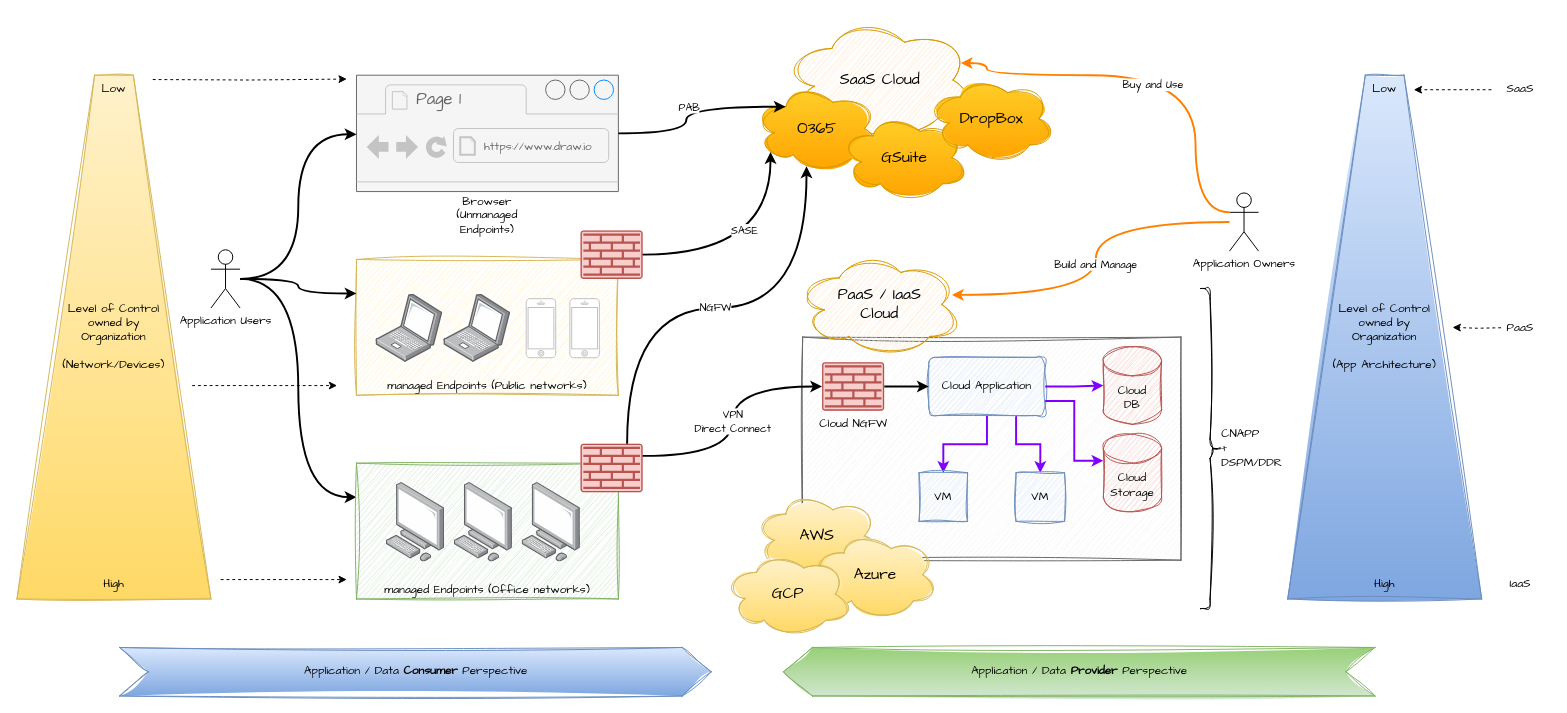
This is page "Page-2" (2 of 2) of Prisma Cloud - DSPM Architecture.drawio from billhoph/whiteboards, a draw.io file, before an edit. Source tidied: cells renumbered, new cells numbered last; positions are measured from the earlier drawing's top-left corner, leaving out a move shared by most shapes. Both pictures are drawn from the tidied source at 97%, with x=0, y=0 at pixel (16, 16).
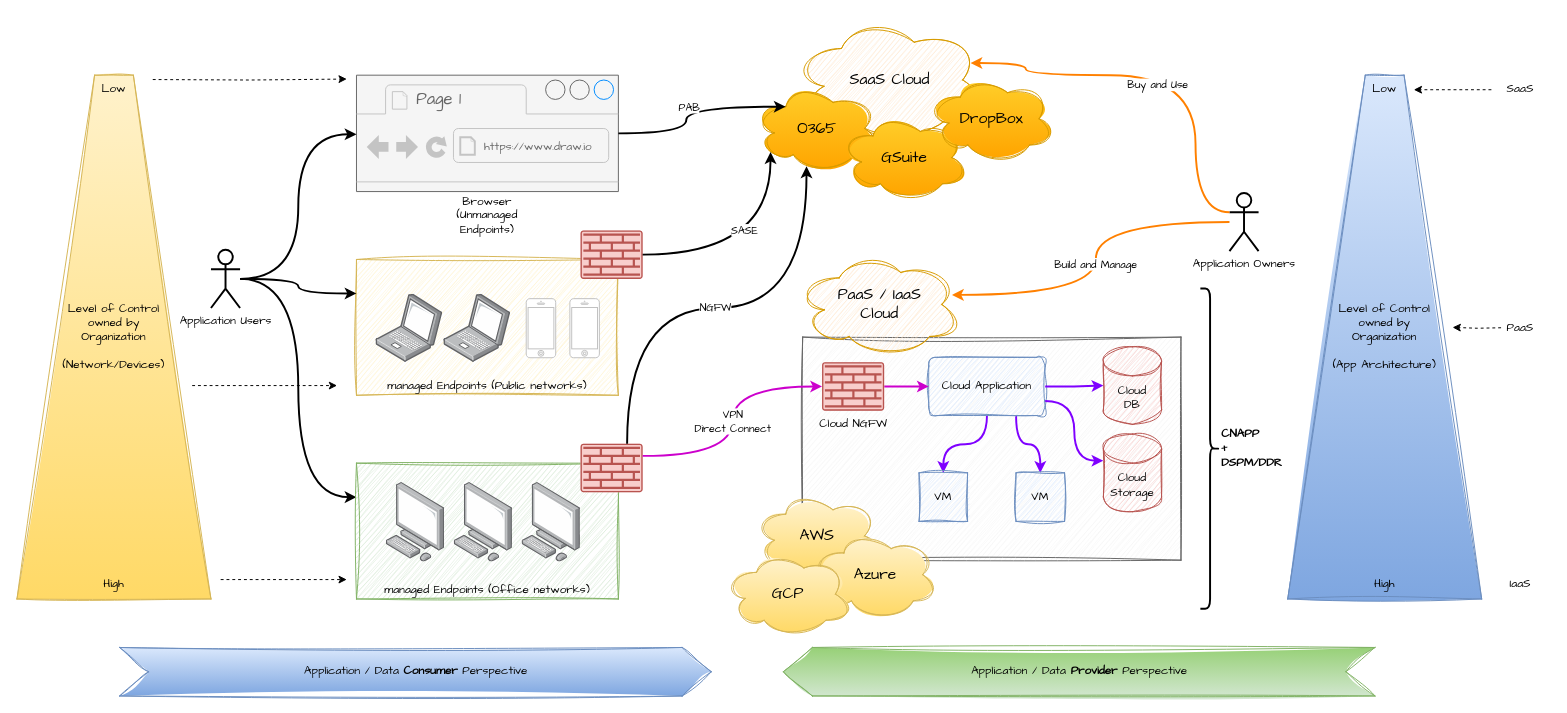
The same page after the edit.

Commit message (it also covers changes not shown here):
new dlp diagram 20250509

Unchanged cells that the change refers to:
```xml
<mxCell id="17" style="sketch=0;points=[[0.015,0.015,0],[0.985,0.015,0],[0.985,0.985,0],[0.015,0.985,0],[0.25,0,0],[0.5,0,0],[0.75,0,0],[1,0.25,0],[1,0.5,0],[1,0.75,0],[0.75,1,0],[0.5,1,0],[0.25,1,0],[0,0.75,0],[0,0.5,0],[0,0.25,0]];verticalLabelPosition=bottom;html=1;verticalAlign=top;align=center;shape=mxgraph.cisco19.rect;prIcon=firewall;fillColor=#f8cecc;strokeColor=#b85450;hachureGap=4;jiggle=2;curveFitting=1;fontFamily=Architects Daughter;" parent="1" vertex="1">
  <mxGeometry x="581" y="440" width="64" height="50" as="geometry" />
</mxCell>
<mxCell id="37" value="Cloud Application" style="rounded=1;whiteSpace=wrap;html=1;sketch=1;hachureGap=4;jiggle=2;curveFitting=1;fontFamily=Architects Daughter;fillColor=#dae8fc;strokeColor=#6c8ebf;" parent="1" vertex="1">
  <mxGeometry x="940" y="350.9" width="120" height="60" as="geometry" />
</mxCell>
<mxCell id="39" value="Cloud NGFW" style="sketch=0;points=[[0.015,0.015,0],[0.985,0.015,0],[0.985,0.985,0],[0.015,0.985,0],[0.25,0,0],[0.5,0,0],[0.75,0,0],[1,0.25,0],[1,0.5,0],[1,0.75,0],[0.75,1,0],[0.5,1,0],[0.25,1,0],[0,0.75,0],[0,0.5,0],[0,0.25,0]];verticalLabelPosition=bottom;html=1;verticalAlign=top;align=center;shape=mxgraph.cisco19.rect;prIcon=firewall;fillColor=#f8cecc;strokeColor=#b85450;hachureGap=4;jiggle=2;curveFitting=1;fontFamily=Architects Daughter;" parent="1" vertex="1">
  <mxGeometry x="830" y="355.9" width="64" height="50" as="geometry" />
</mxCell>
<mxCell id="43" value="VM" style="whiteSpace=wrap;html=1;sketch=1;hachureGap=4;jiggle=2;curveFitting=1;fontFamily=Architects Daughter;fillColor=#dae8fc;strokeColor=#6c8ebf;" parent="1" vertex="1">
  <mxGeometry x="930" y="470" width="50" height="50" as="geometry" />
</mxCell>
<mxCell id="44" value="VM" style="whiteSpace=wrap;html=1;sketch=1;hachureGap=4;jiggle=2;curveFitting=1;fontFamily=Architects Daughter;fillColor=#dae8fc;strokeColor=#6c8ebf;" parent="1" vertex="1">
  <mxGeometry x="1030" y="470" width="50" height="50" as="geometry" />
</mxCell>
<mxCell id="45" value="Cloud&lt;div&gt;Storage&lt;/div&gt;" style="shape=cylinder3;whiteSpace=wrap;html=1;boundedLbl=1;backgroundOutline=1;size=15;sketch=1;hachureGap=4;jiggle=2;curveFitting=1;fontFamily=Architects Daughter;fillColor=#f8cecc;strokeColor=#b85450;" parent="1" vertex="1">
  <mxGeometry x="1120" y="430" width="60" height="80" as="geometry" />
</mxCell>
```

What changed in the source:
```diff
@@
     <mxCell id="3" value="SaaS Cloud" style="ellipse;shape=cloud;whiteSpace=wrap;html=1;sketch=1;hachureGap=4;jiggle=2;curveFitting=1;fontFamily=Architects Daughter;fontSize=16;fillColor=#ffe6cc;strokeColor=#d79b00;" parent="1" vertex="1">
-      <mxGeometry x="790" width="200" height="130" as="geometry" />
+      <mxGeometry x="800" width="200" height="130" as="geometry" />
     </mxCell>
@@
-    <mxCell id="9" value="Application Users" style="shape=umlActor;verticalLabelPosition=bottom;verticalAlign=top;html=1;outlineConnect=0;hachureGap=4;fontFamily=Architects Daughter;" parent="1" vertex="1">
+    <mxCell id="9" value="Application Users" style="shape=umlActor;verticalLabelPosition=bottom;verticalAlign=top;html=1;outlineConnect=0;hachureGap=4;fontFamily=Architects Daughter;strokeWidth=2;" parent="1" vertex="1">
       <mxGeometry x="200" y="240" width="30" height="60" as="geometry" />
     </mxCell>
@@
-    <mxCell id="35" style="edgeStyle=orthogonalEdgeStyle;rounded=0;hachureGap=4;jettySize=auto;html=1;entryX=0.5;entryY=0;entryDx=0;entryDy=0;fontFamily=Architects Daughter;flowAnimation=1;strokeWidth=2;strokeColor=#7F00FF;" parent="1" edge="1" source="37" target="43">
+    <mxCell id="35" style="edgeStyle=orthogonalEdgeStyle;rounded=0;hachureGap=4;jettySize=auto;html=1;entryX=0.5;entryY=0;entryDx=0;entryDy=0;fontFamily=Architects Daughter;flowAnimation=1;strokeWidth=2;strokeColor=#7F00FF;curved=1;" parent="1" edge="1" source="37" target="43">
       <mxGeometry relative="1" as="geometry" />
     </mxCell>
-    <mxCell id="36" style="edgeStyle=orthogonalEdgeStyle;rounded=0;hachureGap=4;jettySize=auto;html=1;exitX=0.75;exitY=1;exitDx=0;exitDy=0;entryX=0.5;entryY=0;entryDx=0;entryDy=0;fontFamily=Architects Daughter;flowAnimation=1;strokeWidth=2;strokeColor=#7F00FF;" parent="1" edge="1" source="37" target="44">
+    <mxCell id="36" style="edgeStyle=orthogonalEdgeStyle;rounded=0;hachureGap=4;jettySize=auto;html=1;exitX=0.75;exitY=1;exitDx=0;exitDy=0;entryX=0.5;entryY=0;entryDx=0;entryDy=0;fontFamily=Architects Daughter;flowAnimation=1;strokeWidth=2;strokeColor=#7F00FF;curved=1;" parent="1" edge="1" source="37" target="44">
       <mxGeometry relative="1" as="geometry" />
     </mxCell>
@@
-    <mxCell id="38" style="edgeStyle=orthogonalEdgeStyle;rounded=0;hachureGap=4;jettySize=auto;html=1;exitX=1;exitY=0.5;exitDx=0;exitDy=0;exitPerimeter=0;entryX=0;entryY=0.5;entryDx=0;entryDy=0;fontFamily=Architects Daughter;flowAnimation=1;strokeWidth=2;" parent="1" edge="1" source="39" target="37">
+    <mxCell id="38" style="edgeStyle=orthogonalEdgeStyle;rounded=0;hachureGap=4;jettySize=auto;html=1;exitX=1;exitY=0.5;exitDx=0;exitDy=0;exitPerimeter=0;entryX=0;entryY=0.5;entryDx=0;entryDy=0;fontFamily=Architects Daughter;flowAnimation=1;strokeWidth=2;strokeColor=#CC00CC;" parent="1" edge="1" source="39" target="37">
       <mxGeometry relative="1" as="geometry" />
     </mxCell>
@@
-    <mxCell id="41" value="VPN&lt;div&gt;Direct Connect&lt;/div&gt;" style="edgeStyle=orthogonalEdgeStyle;rounded=0;hachureGap=4;jettySize=auto;html=1;exitX=1;exitY=0.25;exitDx=0;exitDy=0;exitPerimeter=0;entryX=0;entryY=0.5;entryDx=0;entryDy=0;entryPerimeter=0;fontFamily=Architects Daughter;curved=1;flowAnimation=1;strokeWidth=2;" parent="1" edge="1" source="17" target="39">
+    <mxCell id="41" value="VPN&lt;div&gt;Direct Connect&lt;/div&gt;" style="edgeStyle=orthogonalEdgeStyle;rounded=0;hachureGap=4;jettySize=auto;html=1;exitX=1;exitY=0.25;exitDx=0;exitDy=0;exitPerimeter=0;entryX=0;entryY=0.5;entryDx=0;entryDy=0;entryPerimeter=0;fontFamily=Architects Daughter;curved=1;flowAnimation=1;strokeWidth=2;strokeColor=#CC00CC;" parent="1" edge="1" source="17" target="39">
       <mxGeometry relative="1" as="geometry" />
     </mxCell>
@@
-    <mxCell id="46" style="edgeStyle=orthogonalEdgeStyle;rounded=0;hachureGap=4;jettySize=auto;html=1;exitX=1;exitY=0.75;exitDx=0;exitDy=0;entryX=0;entryY=0;entryDx=0;entryDy=27.5;entryPerimeter=0;fontFamily=Architects Daughter;flowAnimation=1;strokeWidth=2;strokeColor=#7F00FF;" parent="1" edge="1" source="37" target="45">
+    <mxCell id="46" style="edgeStyle=orthogonalEdgeStyle;rounded=0;hachureGap=4;jettySize=auto;html=1;exitX=1;exitY=0.75;exitDx=0;exitDy=0;entryX=0;entryY=0;entryDx=0;entryDy=27.5;entryPerimeter=0;fontFamily=Architects Daughter;flowAnimation=1;strokeWidth=2;strokeColor=#7F00FF;curved=1;" parent="1" edge="1" source="37" target="45">
       <mxGeometry relative="1" as="geometry" />
     </mxCell>
@@
-    <mxCell id="59" value="Application Owners" style="shape=umlActor;verticalLabelPosition=bottom;verticalAlign=top;html=1;outlineConnect=0;hachureGap=4;fontFamily=Architects Daughter;" parent="1" vertex="1">
+    <mxCell id="59" value="Application Owners" style="shape=umlActor;verticalLabelPosition=bottom;verticalAlign=top;html=1;outlineConnect=0;hachureGap=4;fontFamily=Architects Daughter;strokeWidth=2;" parent="1" vertex="1">
       <mxGeometry x="1250" y="181.4" width="30" height="60" as="geometry" />
     </mxCell>
@@
     <mxCell id="61" value="Buy and Use" style="edgeStyle=orthogonalEdgeStyle;rounded=0;hachureGap=4;jettySize=auto;html=1;exitX=0;exitY=0.3333333333333333;exitDx=0;exitDy=0;exitPerimeter=0;entryX=0.915;entryY=0.365;entryDx=0;entryDy=0;entryPerimeter=0;fontFamily=Architects Daughter;curved=1;strokeWidth=2;flowAnimation=1;strokeColor=#FF8000;" parent="1" edge="1" source="59" target="3">
       <mxGeometry x="0.02" y="10" relative="1" as="geometry">
         <Array as="points">
           <mxPoint x="1215" y="201" />
           <mxPoint x="1215" y="60" />
-          <mxPoint x="1000" y="60" />
-          <mxPoint x="1000" y="48" />
+          <mxPoint x="1040" y="60" />
+          <mxPoint x="1040" y="48" />
         </Array>
       </mxGeometry>
     </mxCell>
-    <mxCell id="62" value="CNAPP&lt;div&gt;+&lt;/div&gt;&lt;div&gt;DSPM/DDR&lt;/div&gt;" style="shape=curlyBracket;whiteSpace=wrap;html=1;rounded=1;flipH=1;labelPosition=right;verticalLabelPosition=middle;align=left;verticalAlign=middle;sketch=1;hachureGap=4;jiggle=2;curveFitting=1;fontFamily=Architects Daughter;" parent="1" vertex="1">
+    <mxCell id="62" value="CNAPP&lt;div&gt;+&lt;/div&gt;&lt;div&gt;DSPM/DDR&lt;/div&gt;" style="shape=curlyBracket;whiteSpace=wrap;html=1;rounded=1;flipH=1;labelPosition=right;verticalLabelPosition=middle;align=left;verticalAlign=middle;hachureGap=4;fontFamily=Architects Daughter;fontStyle=1;strokeWidth=2;" parent="1" vertex="1">
       <mxGeometry x="1220" y="280" width="20" height="330" as="geometry" />
     </mxCell>
```
